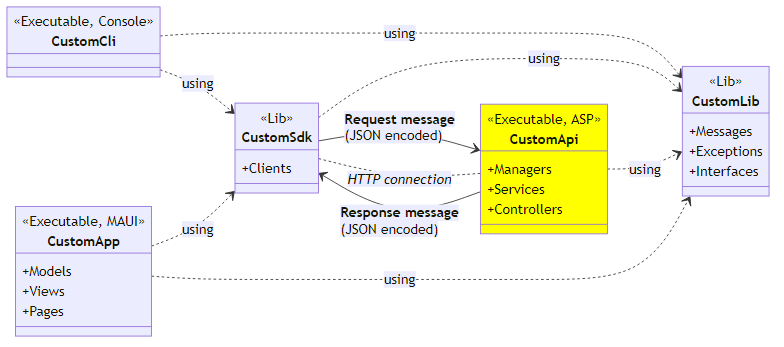
ghackenberg/csharp-maui-aspnet-sample keeps this Mermaid diagram as Models/Package/Api.png. Above is the earlier version. Its source is kept beside it as Models/Package/Api.mmd.
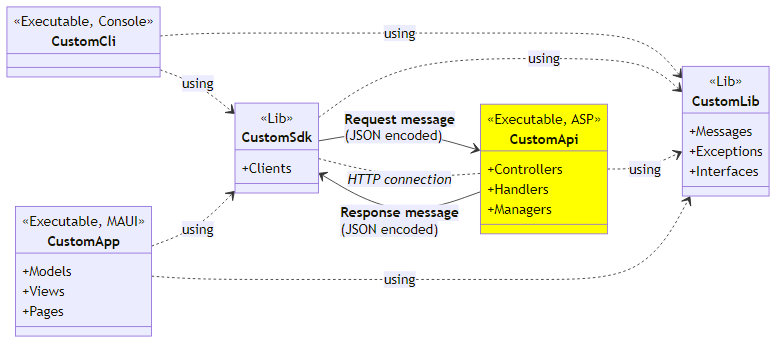
The same diagram one commit later.

What changed in the source:
```diff
@@ -12,9 +12,9 @@
     }
     class CustomApi {
         <<Executable, ASP>>
+        +Controllers
+        +Handlers
         +Managers
-        +Services
-        +Controllers
     }
     class CustomSdk {
         <<Lib>>
```
